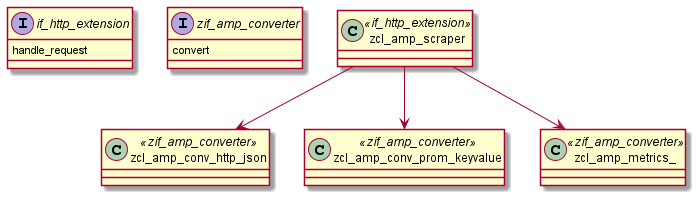
Earlier version of the PlantUML export out/architecture/architecture_class/scraper.png (abap-observability-tools/abap-metrics-provider).
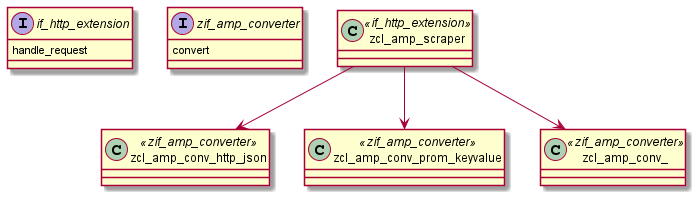
Above is the later version.

Commit message:
plantuml architecture for scraper type fixed (#175)

Change to the diagram source:
```diff
@@ -12,10 +12,10 @@
 
 class zcl_amp_conv_http_json <<zif_amp_converter>>
 class zcl_amp_conv_prom_keyvalue <<zif_amp_converter>>
-class zcl_amp_metrics_ <<zif_amp_converter>>
+class zcl_amp_conv_ <<zif_amp_converter>>
 
 zcl_amp_scraper --> zcl_amp_conv_http_json
 zcl_amp_scraper --> zcl_amp_conv_prom_keyvalue
-zcl_amp_scraper --> zcl_amp_metrics_
+zcl_amp_scraper --> zcl_amp_conv_
 
 @enduml
```
